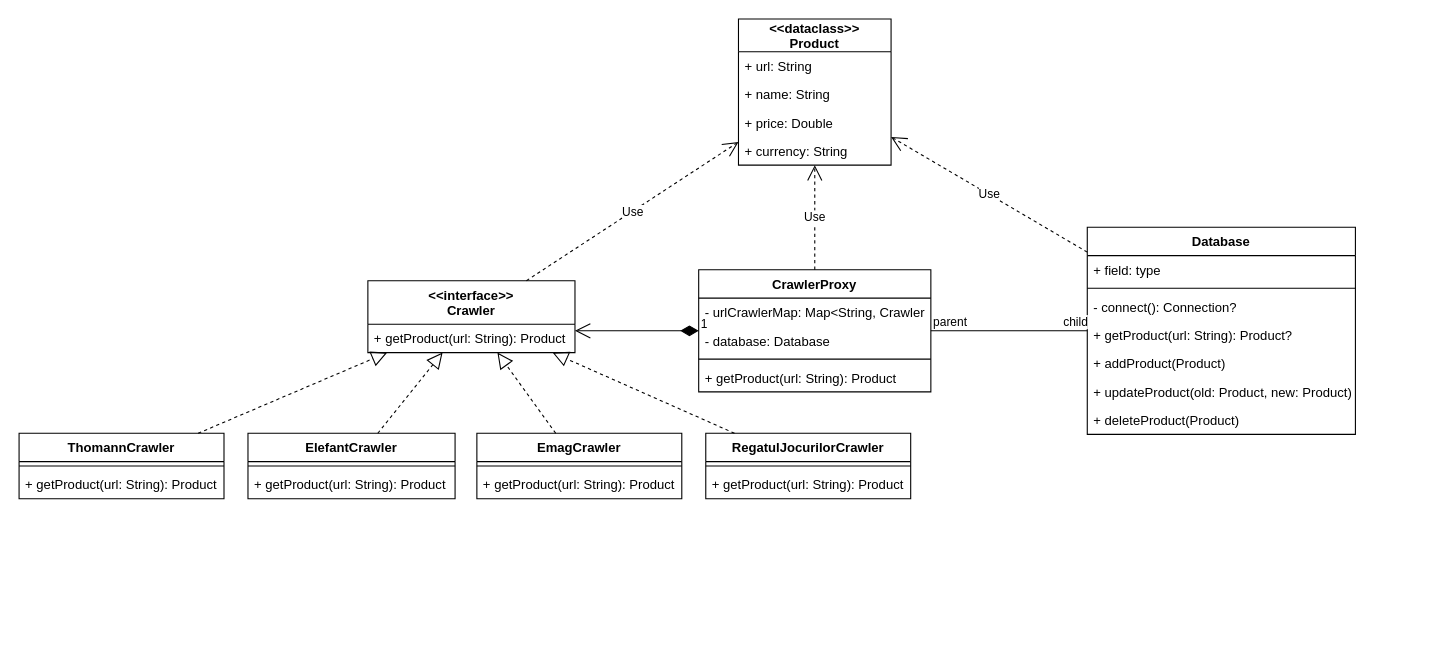
This is crawler.drawio from invo12/dealFinder, a draw.io file, before an edit. Source tidied: cells renumbered, new cells numbered last; positions are measured from the earlier drawing's top-left corner, leaving out a move shared by most shapes. Both pictures are drawn from the tidied source at 109%, with x=0, y=0 at pixel (19, 19).
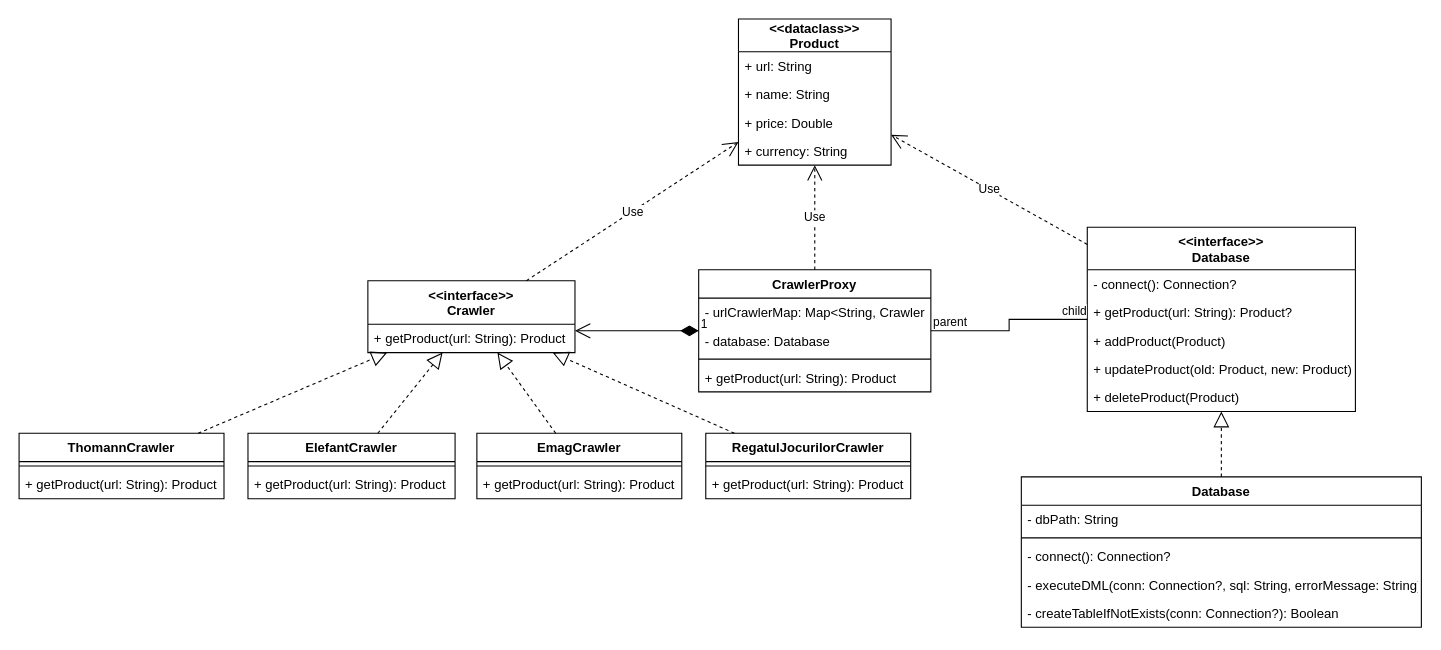
Above is the later version.

Commit message (it also covers changes not shown here):
Add SQLite Database

The edit, as a diff of the source:
```diff
@@
-    <mxCell id="25" value="Database" style="swimlane;fontStyle=1;align=center;verticalAlign=top;horizontal=1;startSize=26;" parent="1" vertex="1">
-      <mxGeometry x="980" y="191" width="246" height="190" as="geometry" />
+    <mxCell id="25" value="&lt;&lt;interface&gt;&gt;&#10;Database" style="swimlane;fontStyle=1;align=center;verticalAlign=top;horizontal=1;startSize=39;" parent="1" vertex="1">
+      <mxGeometry x="980" y="191" width="246" height="169" as="geometry" />
     </mxCell>
-    <mxCell id="26" value="+ field: type" style="text;strokeColor=none;fillColor=none;align=left;verticalAlign=top;spacingLeft=4;spacingRight=4;overflow=hidden;" parent="25" vertex="1">
-      <mxGeometry y="26" width="246" height="26" as="geometry" />
-    </mxCell>
-    <mxCell id="27" style="line;strokeWidth=1;fillColor=none;align=left;verticalAlign=middle;spacingTop=-1;spacingLeft=3;spacingRight=3;labelPosition=right;" parent="25" vertex="1">
-      <mxGeometry y="52" width="246" height="8" as="geometry" />
-    </mxCell>
     <mxCell id="28" value="- connect(): Connection?" style="text;strokeColor=none;fillColor=none;align=left;verticalAlign=top;spacingLeft=4;spacingRight=4;overflow=hidden;" parent="25" vertex="1">
-      <mxGeometry y="60" width="246" height="26" as="geometry" />
+      <mxGeometry y="39" width="246" height="26" as="geometry" />
     </mxCell>
     <mxCell id="29" value="+ getProduct(url: String): Product?" style="text;strokeColor=none;fillColor=none;align=left;verticalAlign=top;spacingLeft=4;spacingRight=4;overflow=hidden;" parent="25" vertex="1">
-      <mxGeometry y="86" width="246" height="26" as="geometry" />
+      <mxGeometry y="65" width="246" height="26" as="geometry" />
     </mxCell>
     <mxCell id="30" value="+ addProduct(Product)" style="text;strokeColor=none;fillColor=none;align=left;verticalAlign=top;spacingLeft=4;spacingRight=4;overflow=hidden;" parent="25" vertex="1">
-      <mxGeometry y="112" width="246" height="26" as="geometry" />
+      <mxGeometry y="91" width="246" height="26" as="geometry" />
     </mxCell>
     <mxCell id="31" value="+ updateProduct(old: Product, new: Product)" style="text;strokeColor=none;fillColor=none;align=left;verticalAlign=top;spacingLeft=4;spacingRight=4;overflow=hidden;" parent="25" vertex="1">
-      <mxGeometry y="138" width="246" height="26" as="geometry" />
+      <mxGeometry y="117" width="246" height="26" as="geometry" />
     </mxCell>
     <mxCell id="32" value="+ deleteProduct(Product)" style="text;strokeColor=none;fillColor=none;align=left;verticalAlign=top;spacingLeft=4;spacingRight=4;overflow=hidden;" parent="25" vertex="1">
-      <mxGeometry y="164" width="246" height="26" as="geometry" />
+      <mxGeometry y="143" width="246" height="26" as="geometry" />
     </mxCell>
@@
+    <mxCell id="45" value="Database" style="swimlane;fontStyle=1;align=center;verticalAlign=top;horizontal=1;startSize=26;" parent="1" vertex="1">
+      <mxGeometry x="919.5" y="420" width="367" height="138" as="geometry" />
+    </mxCell>
+    <mxCell id="46" value="- dbPath: String" style="text;strokeColor=none;fillColor=none;align=left;verticalAlign=top;spacingLeft=4;spacingRight=4;overflow=hidden;" parent="45" vertex="1">
+      <mxGeometry y="26" width="367" height="26" as="geometry" />
+    </mxCell>
+    <mxCell id="47" style="line;strokeWidth=1;fillColor=none;align=left;verticalAlign=middle;spacingTop=-1;spacingLeft=3;spacingRight=3;labelPosition=right;" parent="45" vertex="1">
+      <mxGeometry y="52" width="367" height="8" as="geometry" />
+    </mxCell>
+    <mxCell id="48" value="- connect(): Connection?" style="text;strokeColor=none;fillColor=none;align=left;verticalAlign=top;spacingLeft=4;spacingRight=4;overflow=hidden;" parent="45" vertex="1">
+      <mxGeometry y="60" width="367" height="26" as="geometry" />
+    </mxCell>
+    <mxCell id="49" value="- executeDML(conn: Connection?, sql: String, errorMessage: String)" style="text;strokeColor=none;fillColor=none;align=left;verticalAlign=top;spacingLeft=4;spacingRight=4;overflow=hidden;" parent="45" vertex="1">
+      <mxGeometry y="86" width="367" height="26" as="geometry" />
+    </mxCell>
+    <mxCell id="50" value="- createTableIfNotExists(conn: Connection?): Boolean" style="text;strokeColor=none;fillColor=none;align=left;verticalAlign=top;spacingLeft=4;spacingRight=4;overflow=hidden;" parent="45" vertex="1">
+      <mxGeometry y="112" width="367" height="26" as="geometry" />
+    </mxCell>
+    <mxCell id="51" style="endArrow=block;dashed=1;endFill=0;endSize=12;html=1;rounded=0;" parent="1" edge="1" source="45" target="25">
+      <mxGeometry relative="1" as="geometry" />
+    </mxCell>
```
